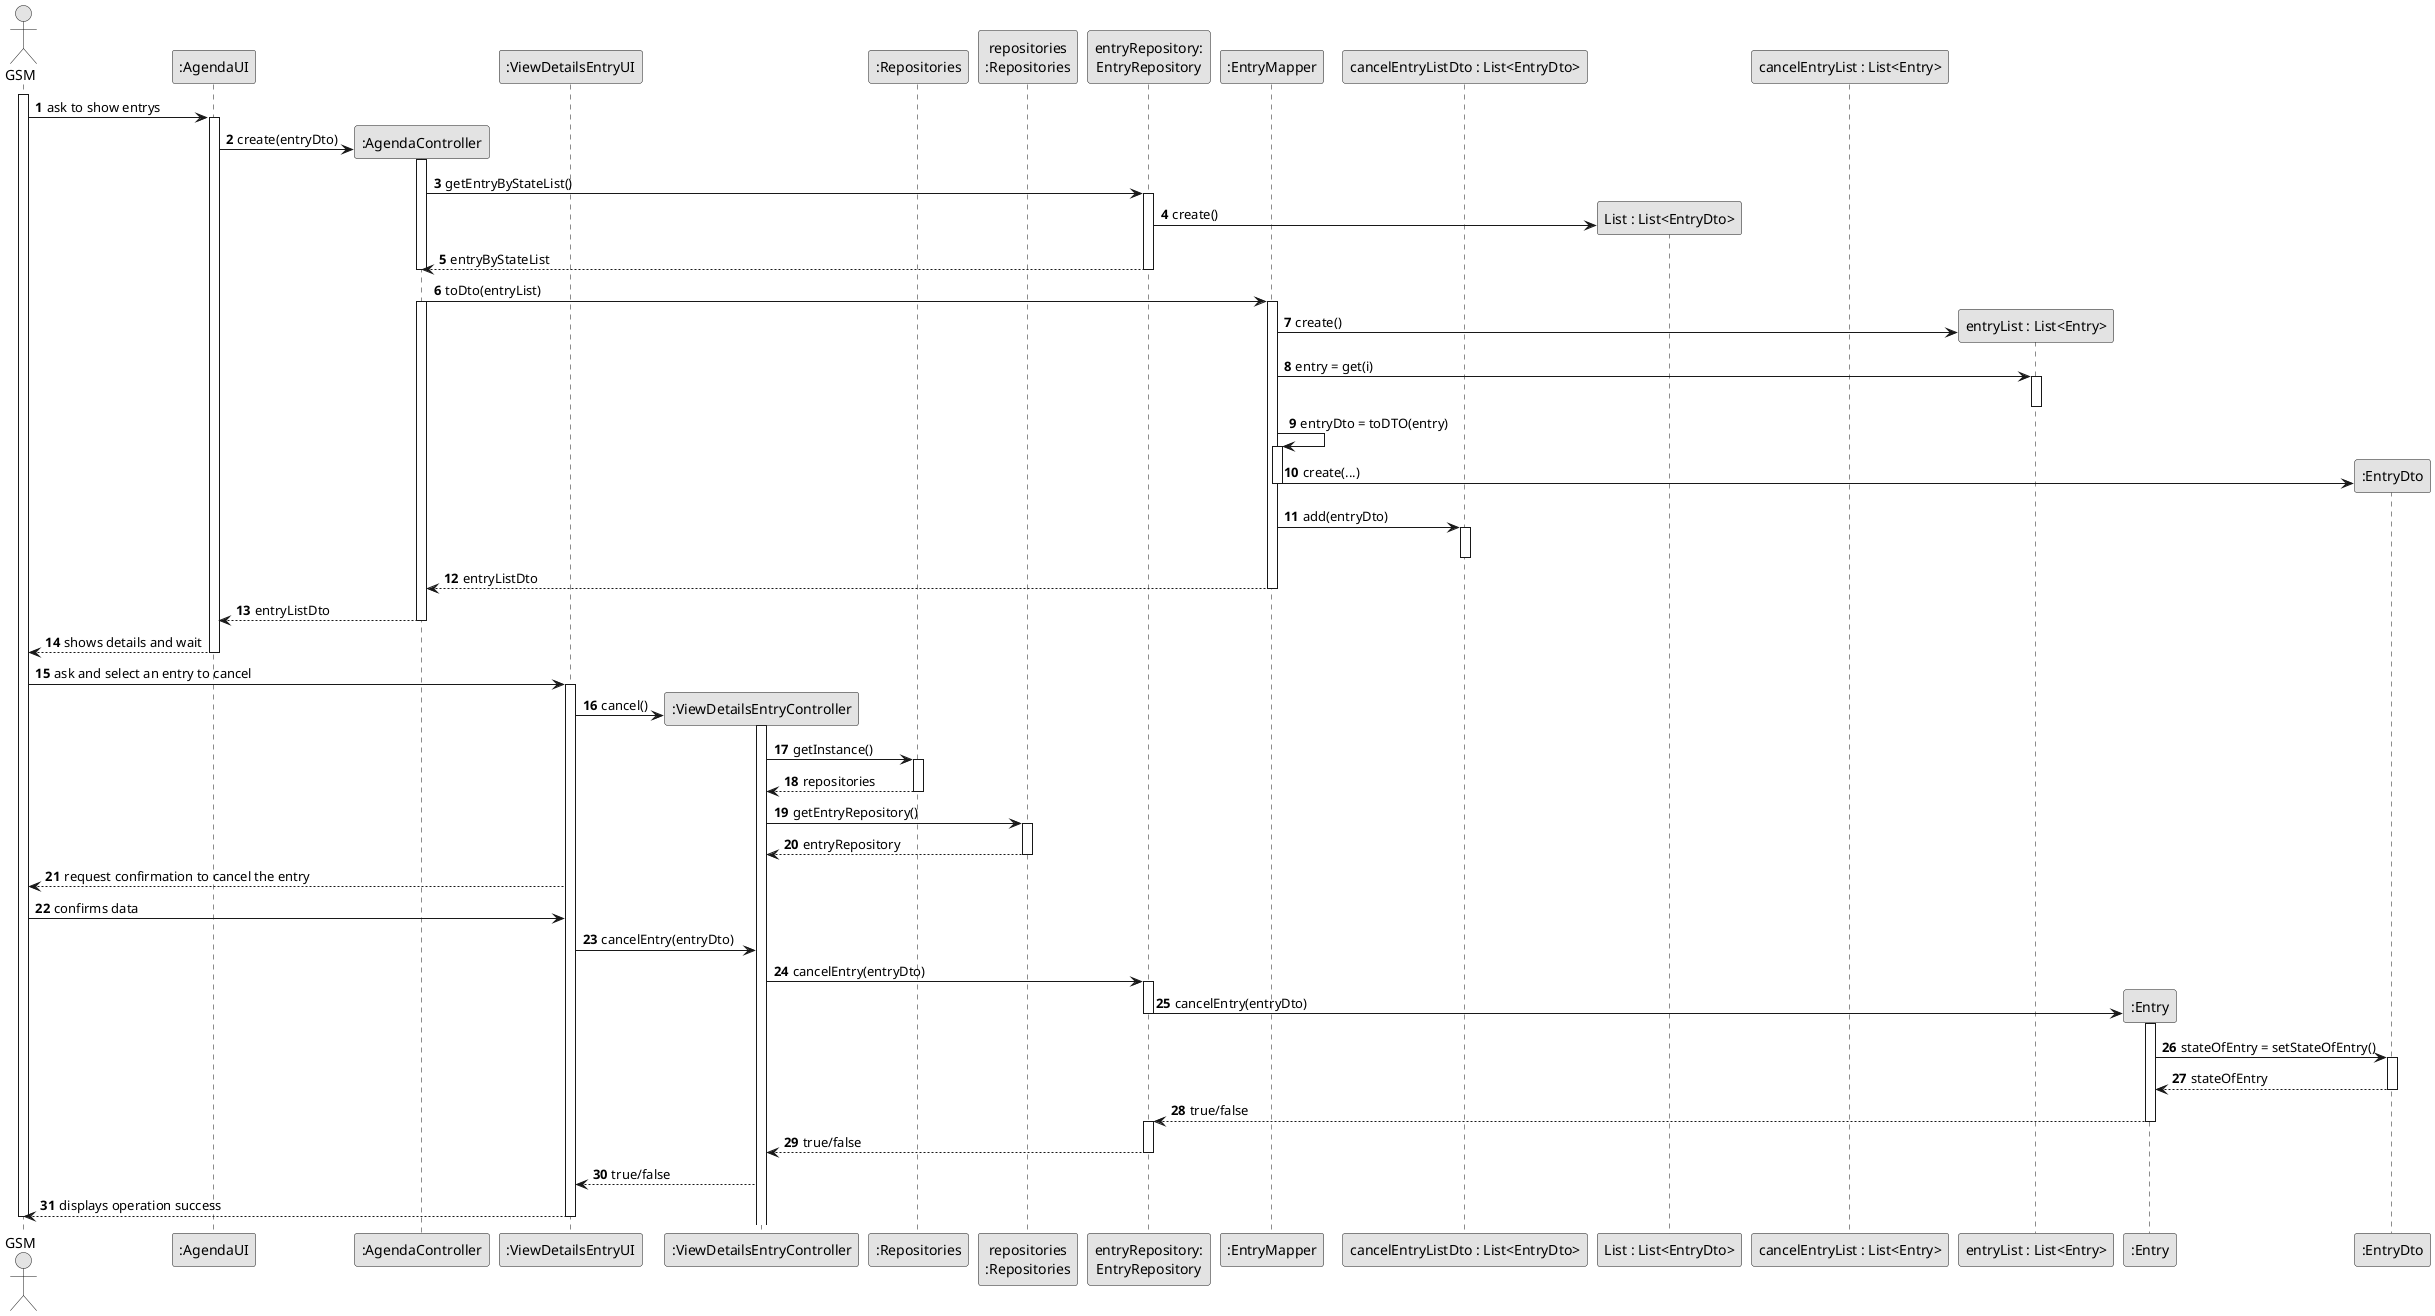
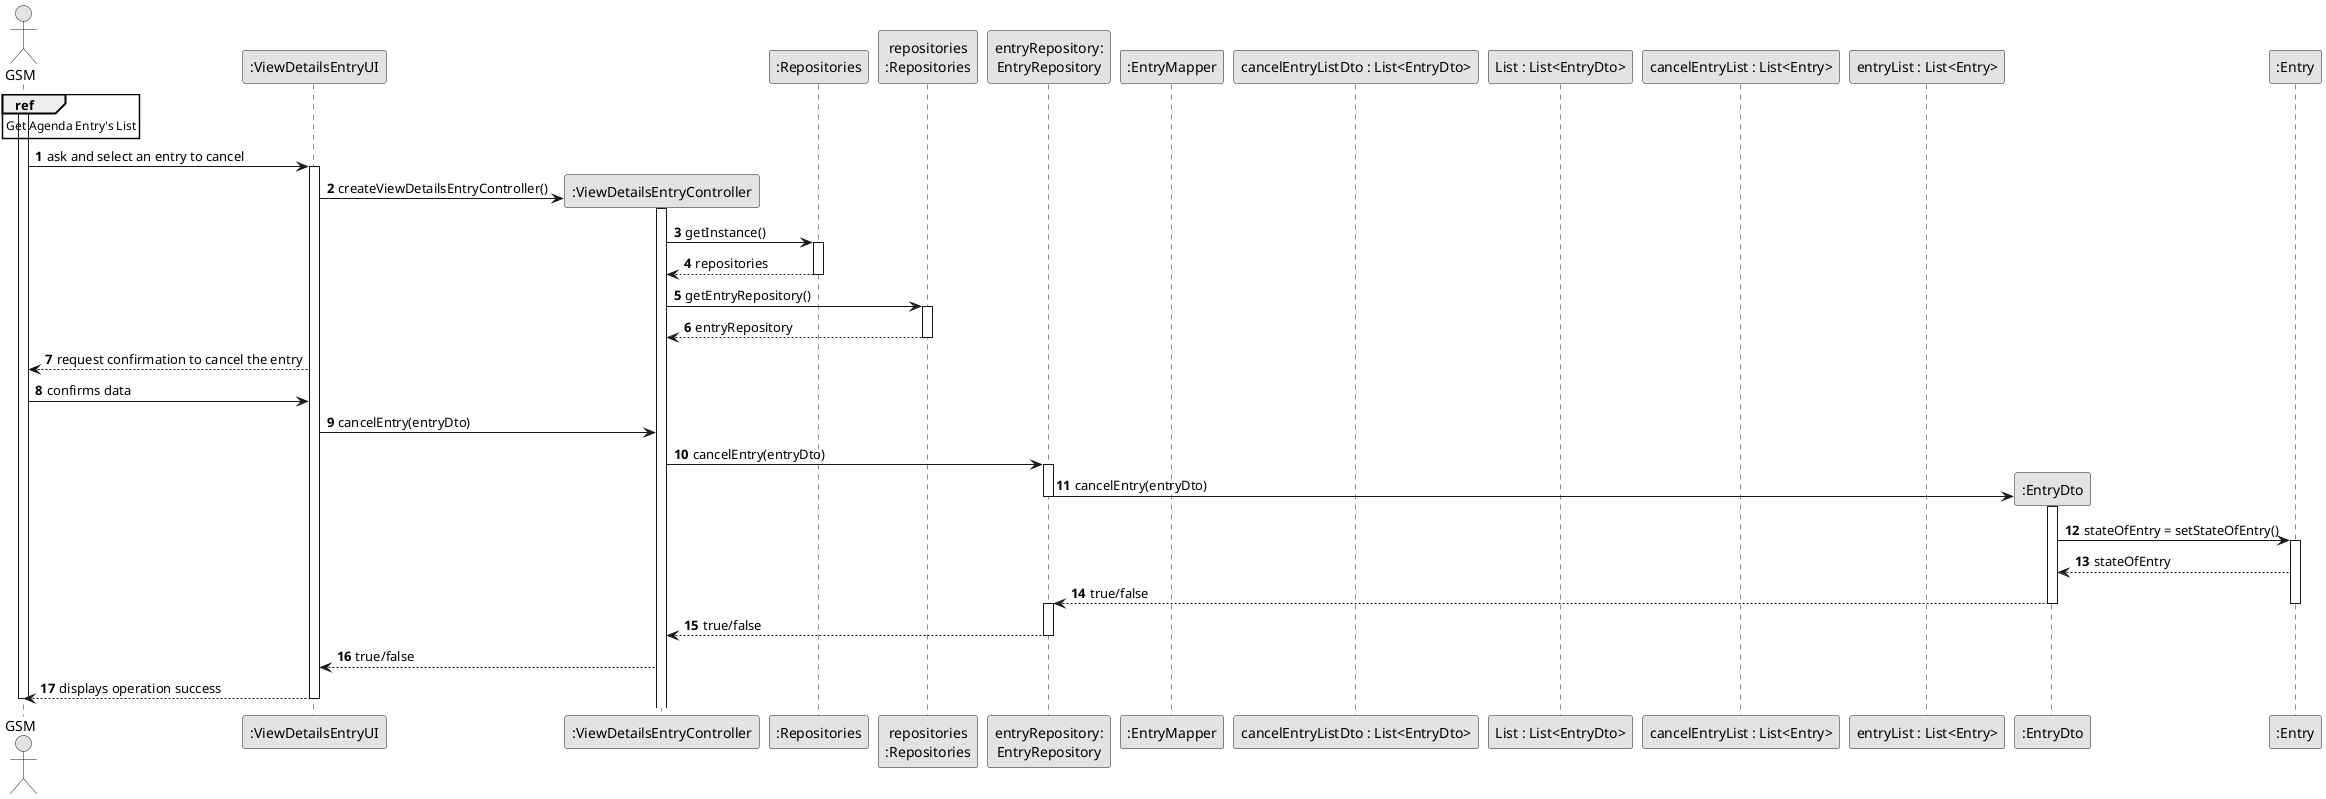
ç@startuml
skinparam monochrome true
skinparam packageStyle rectangle
skinparam shadowing false

autonumber

'hide footbox
actor "GSM" as GSM
- participant ":AgendaUI" as AgendaUI
- participant ":AgendaController" as AgendaController
participant ":ViewDetailsEntryUI" as UI
participant ":ViewDetailsEntryController" as CTRL
participant ":Repositories" as RepositorySingleton
participant "repositories\n:Repositories" as PLAT
participant "entryRepository:\nEntryRepository" as EntryRepository
participant ":EntryMapper" as MAPPER
participant "cancelEntryListDto : List<EntryDto>" as ListDTO
participant "List : List<EntryDto>" as EntryDtoList
participant "cancelEntryList : List<Entry>" as List
participant "entryList : List<Entry>" as EntryList
+ participant ":EntryDto" as EntryDto
participant ":Entry" as OBJ
- participant ":EntryDto" as EntryDto


activate GSM

-         GSM -> AgendaUI: ask to show entrys
-         activate AgendaUI
- 
-         AgendaUI -> AgendaController**: create(entryDto)
-         activate AgendaController
- 
- 
-         AgendaController -> EntryRepository: getEntryByStateList()
-         activate EntryRepository
- 
-         EntryRepository -> EntryDtoList**: create()
- 
-         EntryRepository --> AgendaController: entryByStateList
-         deactivate EntryRepository
-         deactivate AgendaController
- 
-         AgendaController -> MAPPER: toDto(entryList)
-         activate MAPPER
-         activate AgendaController
- 
-         MAPPER -> EntryList** : create()
- 
-         MAPPER -> EntryList : entry = get(i)
-         activate EntryList
-         deactivate EntryList
- 
-         MAPPER -> MAPPER : entryDto = toDTO(entry)
-         activate MAPPER
- 
-         MAPPER -> EntryDto**  : create(...)
-         deactivate MAPPER
- 
-         MAPPER -> ListDTO : add(entryDto)
-         activate ListDTO
-         deactivate ListDTO
- 
-         MAPPER --> AgendaController : entryListDto
-         deactivate MAPPER
- 
-         AgendaController --> AgendaUI: entryListDto
-         deactivate AgendaController
- 
-         AgendaUI --> GSM: shows details and wait
-         deactivate AgendaUI
+         ref over GSM
+         Get Agenda Entry's List
+         end

        GSM -> UI : ask and select an entry to cancel
        activate UI

-         UI -> CTRL**: cancel()
+         UI -> CTRL**: createViewDetailsEntryController()
        activate CTRL

        CTRL -> RepositorySingleton: getInstance()
        activate RepositorySingleton

        RepositorySingleton --> CTRL: repositories
        deactivate RepositorySingleton

        CTRL -> PLAT: getEntryRepository()
        activate PLAT

        PLAT --> CTRL: entryRepository
        deactivate PLAT

        UI --> GSM: request confirmation to cancel the entry

        GSM -> UI: confirms data

        UI -> CTRL: cancelEntry(entryDto)

        CTRL -> EntryRepository: cancelEntry(entryDto)
        activate EntryRepository

-         EntryRepository -> OBJ**: cancelEntry(entryDto)
+         EntryRepository -> EntryDto**: cancelEntry(entryDto)
        deactivate EntryRepository
+         activate EntryDto
+ 
+ 
+         EntryDto -> OBJ: stateOfEntry = setStateOfEntry()
        activate OBJ

+         OBJ --> EntryDto: stateOfEntry

-         OBJ -> EntryDto: stateOfEntry = setStateOfEntry()
-         activate EntryDto
- 
-         EntryDto --> OBJ: stateOfEntry
+         EntryDto --> EntryRepository: true/false
+         deactivate OBJ
        deactivate EntryDto
- 
-         OBJ --> EntryRepository: true/false
-         deactivate OBJ
        activate EntryRepository


        EntryRepository --> CTRL: true/false
        deactivate EntryRepository



        CTRL --> UI: true/false

        UI --> GSM : displays operation success
        deactivate UI

deactivate GSM

@enduml